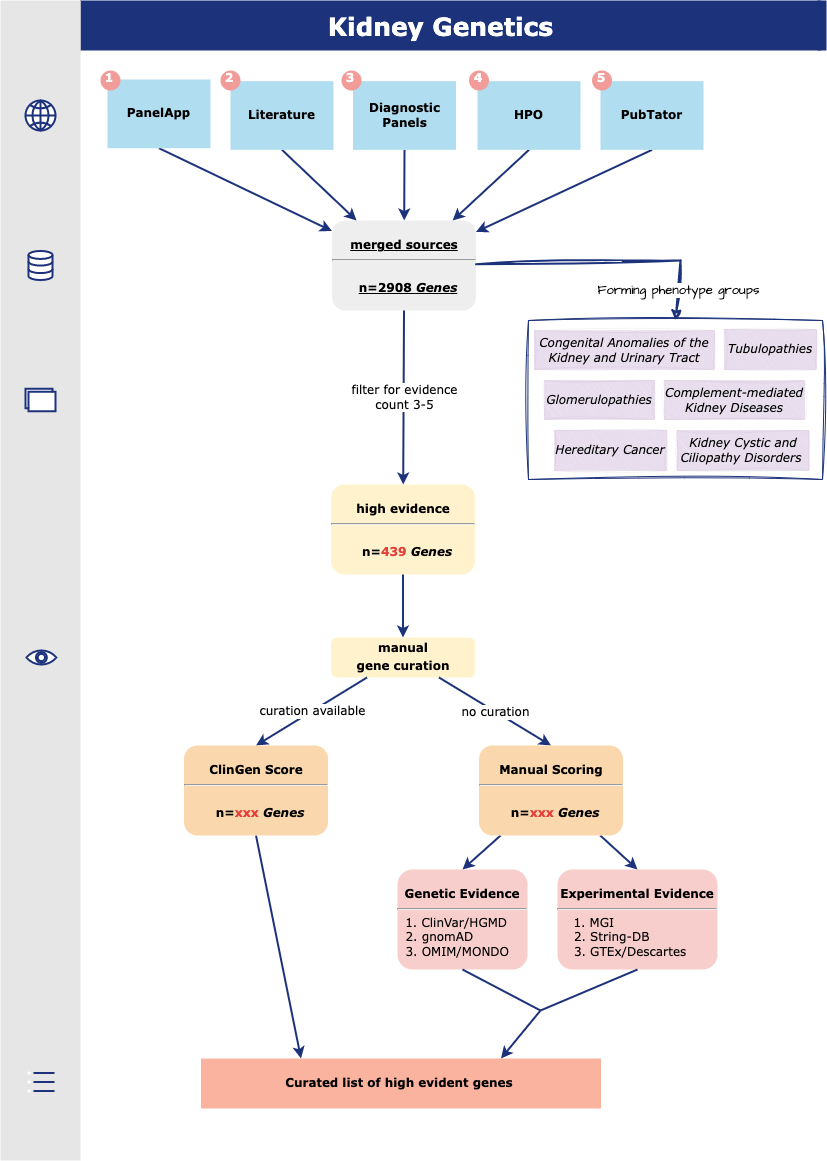
This is edit_docs/static/img/figures/curation_flow_diagram.png from halbritter-lab/kidney-genetics, a draw.io export, as it was before one commit. Source tidied: cells renumbered, new cells last; positions are measured from the earlier drawing's top-left corner, leaving out a move shared by most shapes.
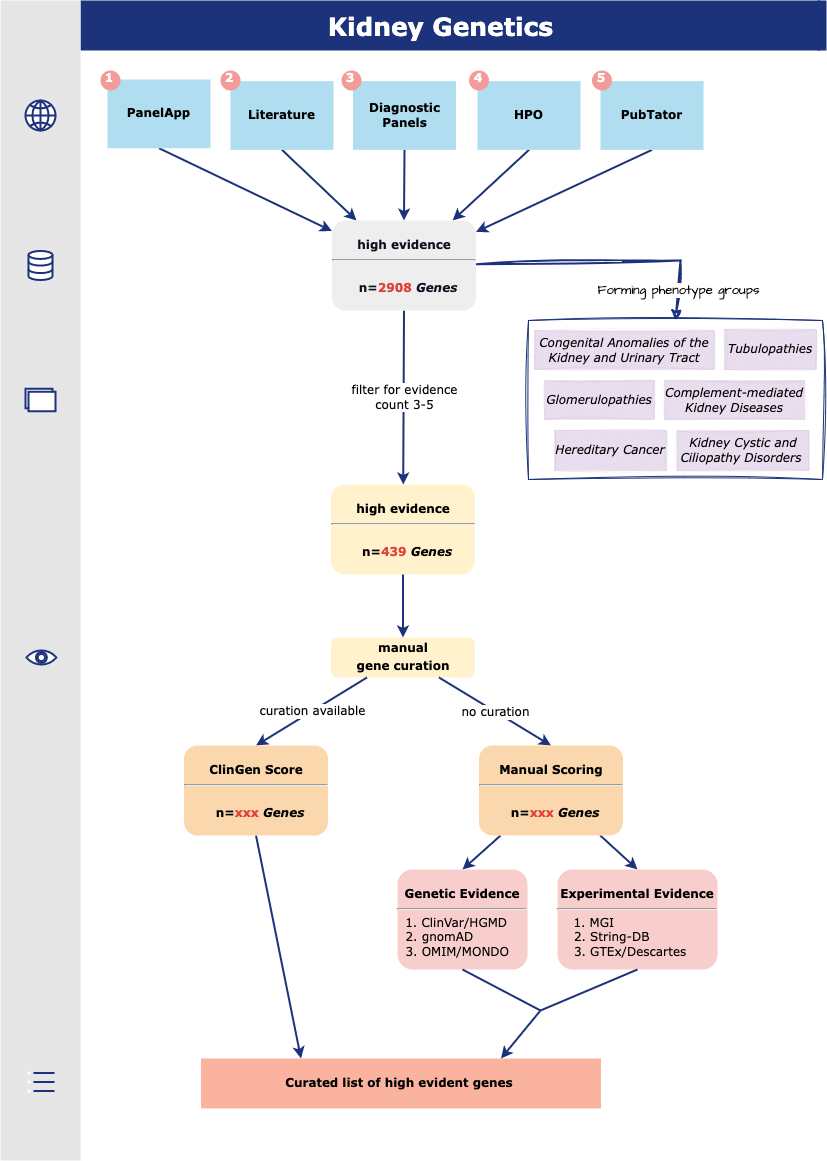
Later version of the same file.

The edit, as a diff of the source:
```diff
@@ -5,31 +5,28 @@
     <mxCell id="2" style="rounded=0;whiteSpace=wrap;html=1;strokeColor=none;fillColor=#1C327A;gradientColor=none;fontFamily=Verdana;" parent="1" vertex="1">
       <mxGeometry x="80" width="740" height="50" as="geometry" />
     </mxCell>
-    <mxCell id="3" value="&lt;p style=&quot;margin: 4px 0px 0px; text-align: center;&quot;&gt;&lt;strong style=&quot;&quot;&gt;&lt;font color=&quot;#000000&quot;&gt;&lt;br&gt;merged sources&lt;/font&gt;&lt;/strong&gt;&lt;/p&gt;&lt;hr&gt;&lt;p style=&quot;margin: 0px; margin-left: 8px;&quot;&gt;&lt;font color=&quot;#000000&quot;&gt;&lt;br&gt;n=2908 &lt;i&gt;Genes&lt;/i&gt;&lt;/font&gt;&lt;/p&gt;" style="verticalAlign=middle;align=center;overflow=fill;fontSize=12;fontFamily=Verdana;html=1;rounded=1;fontStyle=5;strokeWidth=3;fillColor=#eeeeee;strokeColor=none;" parent="1" vertex="1">
-      <mxGeometry x="331.5" y="220" width="144" height="90" as="geometry" />
-    </mxCell>
-    <mxCell id="4" style="edgeStyle=none;noEdgeStyle=1;strokeColor=#1C327A;strokeWidth=2;fontFamily=Verdana;fillColor=#76608a;exitX=0.5;exitY=1;exitDx=0;exitDy=0;" parent="1" edge="1" source="39" target="3">
+    <mxCell id="4" style="edgeStyle=none;noEdgeStyle=1;strokeColor=#1C327A;strokeWidth=2;fontFamily=Verdana;fillColor=#76608a;exitX=0.5;exitY=1;exitDx=0;exitDy=0;" parent="1" edge="1" source="39" target="58">
       <mxGeometry relative="1" as="geometry" />
     </mxCell>
     <mxCell id="5" style="rounded=0;whiteSpace=wrap;html=1;strokeColor=none;fillColor=#E6E6E6;fontColor=#ffffff;fontFamily=Verdana;" parent="1" vertex="1">
       <mxGeometry width="80" height="1160" as="geometry" />
     </mxCell>
-    <mxCell id="6" style="edgeStyle=none;noEdgeStyle=1;strokeColor=#1C327A;strokeWidth=2;fontFamily=Verdana;fillColor=#76608a;exitX=0.5;exitY=1;exitDx=0;exitDy=0;" parent="1" edge="1" source="40" target="3">
+    <mxCell id="6" style="edgeStyle=none;noEdgeStyle=1;strokeColor=#1C327A;strokeWidth=2;fontFamily=Verdana;fillColor=#76608a;exitX=0.5;exitY=1;exitDx=0;exitDy=0;entryX=0.5;entryY=0;entryDx=0;entryDy=0;" parent="1" edge="1" source="40" target="58">
       <mxGeometry relative="1" as="geometry" />
     </mxCell>
-    <mxCell id="7" style="edgeStyle=none;noEdgeStyle=1;strokeColor=#1C327A;strokeWidth=2;fontFamily=Verdana;fillColor=#76608a;exitX=0.5;exitY=1;exitDx=0;exitDy=0;" parent="1" edge="1" source="43" target="3">
+    <mxCell id="7" style="edgeStyle=none;noEdgeStyle=1;strokeColor=#1C327A;strokeWidth=2;fontFamily=Verdana;fillColor=#76608a;exitX=0.5;exitY=1;exitDx=0;exitDy=0;" parent="1" edge="1" source="43" target="58">
       <mxGeometry relative="1" as="geometry" />
     </mxCell>
-    <mxCell id="8" style="edgeStyle=none;noEdgeStyle=1;strokeColor=#1C327A;strokeWidth=2;fontFamily=Verdana;fillColor=#76608a;exitX=0.5;exitY=1;exitDx=0;exitDy=0;" parent="1" edge="1" source="41" target="3">
+    <mxCell id="8" style="edgeStyle=none;noEdgeStyle=1;strokeColor=#1C327A;strokeWidth=2;fontFamily=Verdana;fillColor=#76608a;exitX=0.5;exitY=1;exitDx=0;exitDy=0;" parent="1" edge="1" source="41" target="58">
       <mxGeometry relative="1" as="geometry" />
     </mxCell>
-    <mxCell id="9" style="edgeStyle=none;noEdgeStyle=1;strokeColor=#1C327A;strokeWidth=2;fontFamily=Verdana;fillColor=#76608a;exitX=0.5;exitY=1;exitDx=0;exitDy=0;" parent="1" edge="1" source="42" target="3">
+    <mxCell id="9" style="edgeStyle=none;noEdgeStyle=1;strokeColor=#1C327A;strokeWidth=2;fontFamily=Verdana;fillColor=#76608a;exitX=0.5;exitY=1;exitDx=0;exitDy=0;" parent="1" edge="1" source="42" target="58">
       <mxGeometry relative="1" as="geometry" />
     </mxCell>
     <mxCell id="10" value="&lt;p style=&quot;margin: 4px 0px 0px; text-align: center;&quot;&gt;&lt;strong style=&quot;&quot;&gt;&lt;br&gt;high evidence&lt;/strong&gt;&lt;/p&gt;&lt;hr&gt;&lt;p style=&quot;margin: 0px; margin-left: 8px;&quot;&gt;&lt;br&gt;n=&lt;font color=&quot;#e2413c&quot;&gt;439&amp;nbsp;&lt;/font&gt;&lt;i&gt;Genes&lt;/i&gt;&lt;/p&gt;" style="verticalAlign=middle;align=center;overflow=fill;fontSize=12;fontFamily=Verdana;html=1;rounded=1;fontStyle=1;strokeWidth=3;fillColor=#fff2cc;strokeColor=none;" parent="1" vertex="1">
       <mxGeometry x="330.5" y="484" width="144" height="90" as="geometry" />
     </mxCell>
-    <mxCell id="11" style="endArrow=classic;html=1;rounded=0;exitX=0.5;exitY=1;exitDx=0;exitDy=0;strokeWidth=2;strokeColor=#1C327A;fontFamily=Verdana;" parent="1" edge="1" source="3" target="10">
+    <mxCell id="11" style="endArrow=classic;html=1;rounded=0;exitX=0.5;exitY=1;exitDx=0;exitDy=0;strokeWidth=2;strokeColor=#1C327A;fontFamily=Verdana;" parent="1" edge="1" source="58" target="10">
       <mxGeometry relative="1" as="geometry" />
     </mxCell>
     <mxCell id="12" value="filter for evidence &lt;br&gt;count 3-5" style="edgeLabel;html=1;align=center;verticalAlign=middle;fontSize=12;fontFamily=Verdana;labelBackgroundColor=#FFFFFF;" parent="11" vertex="1">
@@ -115,7 +112,7 @@
     <mxCell id="36" value="&lt;font style=&quot;font-size: 13px;&quot;&gt;Forming phenotype groups&lt;/font&gt;" style="edgeLabel;html=1;align=center;verticalAlign=middle;sketch=1;hachureGap=4;jiggle=2;curveFitting=1;fontFamily=Architects Daughter;fontSource=https%3A%2F%2Ffonts.googleapis.com%2Fcss%3Ffamily%3DArchitects%2BDaughter;fontSize=13;" parent="35" vertex="1">
       <mxGeometry relative="1" as="geometry" />
     </mxCell>
-    <mxCell id="37" style="endArrow=none;html=1;rounded=0;sketch=1;hachureGap=4;jiggle=2;curveFitting=1;fontFamily=Architects Daughter;fontSource=https%3A%2F%2Ffonts.googleapis.com%2Fcss%3Ffamily%3DArchitects%2BDaughter;fontSize=16;strokeColor=#1C327A;strokeWidth=2;" parent="1" edge="1" target="3">
+    <mxCell id="37" style="endArrow=none;html=1;rounded=0;sketch=1;hachureGap=4;jiggle=2;curveFitting=1;fontFamily=Architects Daughter;fontSource=https%3A%2F%2Ffonts.googleapis.com%2Fcss%3Ffamily%3DArchitects%2BDaughter;fontSize=16;strokeColor=#1C327A;strokeWidth=2;" parent="1" edge="1" target="58">
       <mxGeometry relative="1" as="geometry">
         <mxPoint x="680" y="260" as="sourcePoint" />
       </mxGeometry>
@@ -180,5 +177,8 @@
     <mxCell id="57" value="Complement-mediated Kidney Diseases" style="whiteSpace=wrap;align=center;verticalAlign=middle;fontStyle=2;strokeWidth=0;fillColor=#e1d5e7;strokeColor=#9673a6;flipV=1;fontFamily=Verdana;opacity=80;sketch=1;curveFitting=1;jiggle=2;" parent="51" vertex="1">
       <mxGeometry x="130" y="51" width="140" height="39" as="geometry" />
     </mxCell>
+    <mxCell id="58" value="&lt;p style=&quot;margin: 4px 0px 0px; text-align: center;&quot;&gt;&lt;strong style=&quot;&quot;&gt;&lt;br&gt;&lt;font color=&quot;#10101f&quot;&gt;high evidence&lt;/font&gt;&lt;/strong&gt;&lt;/p&gt;&lt;hr&gt;&lt;p style=&quot;margin: 0px; margin-left: 8px;&quot;&gt;&lt;br&gt;&lt;font color=&quot;#10101f&quot;&gt;n=&lt;/font&gt;&lt;font color=&quot;#e2413c&quot;&gt;2908&amp;nbsp;&lt;/font&gt;&lt;i&gt;&lt;font color=&quot;#10101f&quot;&gt;Genes&lt;/font&gt;&lt;/i&gt;&lt;/p&gt;" style="verticalAlign=middle;align=center;overflow=fill;fontSize=12;fontFamily=Verdana;html=1;rounded=1;fontStyle=1;strokeWidth=3;fillColor=#eeeeee;strokeColor=none;" parent="1" vertex="1">
+      <mxGeometry x="331.5" y="220" width="144" height="90" as="geometry" />
+    </mxCell>
   </root>
 </mxGraphModel>
```
